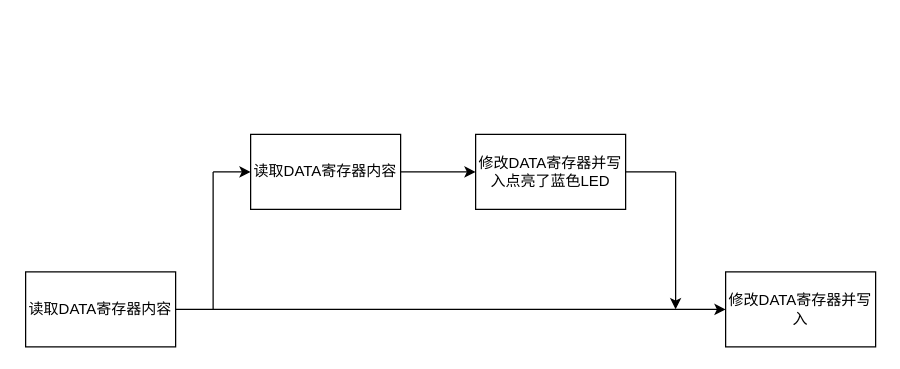
Earlier version of the draw.io diagram 未命名绘图.drawio (hunxiansheng/draw.io). Source tidied: cells renumbered, new cells numbered last; positions are measured from the earlier drawing's top-left corner, leaving out a move shared by most shapes. Both pictures are drawn from the tidied source at 125%, with x=0, y=0 at pixel (25, 134).
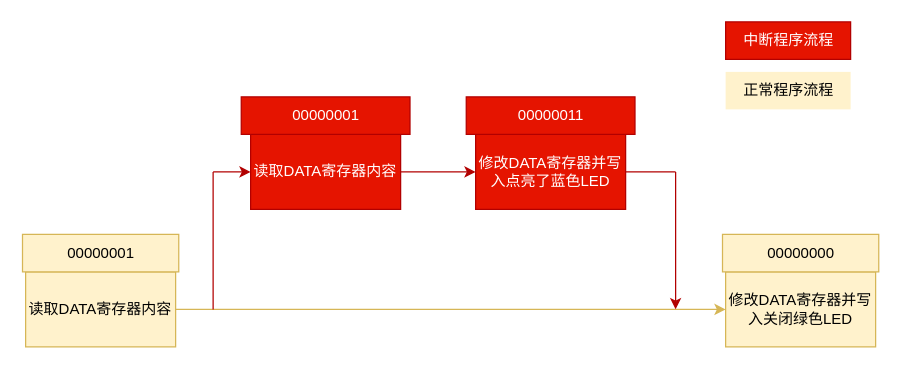
The same diagram, later.

Commit message:
更新未命名绘图.drawio

The edit, as a diff of the source:
```diff
@@
-    <mxCell id="2" value="读取DATA寄存器内容" style="rounded=0;whiteSpace=wrap;html=1;" parent="1" vertex="1">
+    <mxCell id="2" value="读取DATA寄存器内容" style="rounded=0;whiteSpace=wrap;html=1;fillColor=#fff2cc;strokeColor=#d6b656;" parent="1" vertex="1">
       <mxGeometry y="110" width="120" height="60" as="geometry" />
     </mxCell>
-    <mxCell id="3" value="修改DATA寄存器并写入" style="rounded=0;whiteSpace=wrap;html=1;" parent="1" vertex="1">
+    <mxCell id="3" value="修改DATA寄存器并写入关闭绿色LED" style="rounded=0;whiteSpace=wrap;html=1;fillColor=#fff2cc;strokeColor=#d6b656;" parent="1" vertex="1">
       <mxGeometry x="560" y="110" width="120" height="60" as="geometry" />
     </mxCell>
-    <mxCell id="4" value="读取DATA寄存器内容" style="rounded=0;whiteSpace=wrap;html=1;" parent="1" vertex="1">
+    <mxCell id="4" value="读取DATA寄存器内容" style="rounded=0;whiteSpace=wrap;html=1;fillColor=#e51400;strokeColor=#B20000;fontColor=#ffffff;" parent="1" vertex="1">
       <mxGeometry x="180" width="120" height="60" as="geometry" />
     </mxCell>
-    <mxCell id="5" style="endArrow=classic;html=1;rounded=0;exitX=1;exitY=0.5;exitDx=0;exitDy=0;entryX=0;entryY=0.5;entryDx=0;entryDy=0;" parent="1" edge="1" source="2" target="3">
+    <mxCell id="5" style="endArrow=classic;html=1;rounded=0;exitX=1;exitY=0.5;exitDx=0;exitDy=0;entryX=0;entryY=0.5;entryDx=0;entryDy=0;fillColor=#fff2cc;strokeColor=#d6b656;" parent="1" edge="1" source="2" target="3">
       <mxGeometry relative="1" as="geometry" />
     </mxCell>
-    <mxCell id="6" style="endArrow=classic;html=1;rounded=0;entryX=0;entryY=0.5;entryDx=0;entryDy=0;" parent="1" edge="1" target="4">
+    <mxCell id="6" style="endArrow=classic;html=1;rounded=0;entryX=0;entryY=0.5;entryDx=0;entryDy=0;fillColor=#e51400;strokeColor=#B20000;" parent="1" edge="1" target="4">
       <mxGeometry relative="1" as="geometry">
         <mxPoint x="150" y="30" as="sourcePoint" />
       </mxGeometry>
     </mxCell>
-    <mxCell id="7" style="endArrow=none;html=1;rounded=0;" parent="1" edge="1">
+    <mxCell id="7" style="endArrow=none;html=1;rounded=0;fillColor=#e51400;strokeColor=#B20000;" parent="1" edge="1">
       <mxGeometry relative="1" as="geometry">
         <mxPoint x="150" y="140" as="sourcePoint" />
         <mxPoint x="150" y="30" as="targetPoint" />
       </mxGeometry>
     </mxCell>
-    <mxCell id="8" value="修改DATA寄存器并写入点亮了蓝色LED" style="rounded=0;whiteSpace=wrap;html=1;" parent="1" vertex="1">
+    <mxCell id="8" value="修改DATA寄存器并写入点亮了蓝色LED" style="rounded=0;whiteSpace=wrap;html=1;fillColor=#e51400;strokeColor=#B20000;fontColor=#ffffff;" parent="1" vertex="1">
       <mxGeometry x="360" width="120" height="60" as="geometry" />
     </mxCell>
-    <mxCell id="9" style="endArrow=classic;html=1;rounded=0;exitX=1;exitY=0.5;exitDx=0;exitDy=0;entryX=0;entryY=0.5;entryDx=0;entryDy=0;" parent="1" edge="1" target="8">
+    <mxCell id="9" style="endArrow=classic;html=1;rounded=0;exitX=1;exitY=0.5;exitDx=0;exitDy=0;entryX=0;entryY=0.5;entryDx=0;entryDy=0;fillColor=#e51400;strokeColor=#B20000;" parent="1" edge="1" target="8">
       <mxGeometry relative="1" as="geometry">
         <mxPoint x="300" y="30" as="sourcePoint" />
       </mxGeometry>
     </mxCell>
-    <mxCell id="10" style="endArrow=none;html=1;rounded=0;" parent="1" edge="1">
+    <mxCell id="10" style="endArrow=none;html=1;rounded=0;fillColor=#e51400;strokeColor=#B20000;" parent="1" edge="1">
       <mxGeometry relative="1" as="geometry">
         <mxPoint x="480" y="30" as="sourcePoint" />
         <mxPoint x="520" y="30" as="targetPoint" />
       </mxGeometry>
     </mxCell>
-    <mxCell id="11" style="endArrow=classic;html=1;rounded=0;" parent="1" edge="1">
+    <mxCell id="11" style="endArrow=classic;html=1;rounded=0;fillColor=#e51400;strokeColor=#B20000;" parent="1" edge="1">
       <mxGeometry relative="1" as="geometry">
         <mxPoint x="520" y="30" as="sourcePoint" />
         <mxPoint x="520" y="140" as="targetPoint" />
       </mxGeometry>
     </mxCell>
+    <mxCell id="12" value="00000001" style="text;html=1;align=center;verticalAlign=middle;whiteSpace=wrap;rounded=0;fillColor=#fff2cc;strokeColor=#d6b656;" parent="1" vertex="1">
+      <mxGeometry x="-2.5" y="80" width="125" height="30" as="geometry" />
+    </mxCell>
+    <mxCell id="13" value="00000001" style="text;html=1;align=center;verticalAlign=middle;whiteSpace=wrap;rounded=0;fillColor=#e51400;strokeColor=#B20000;fontColor=#ffffff;" parent="1" vertex="1">
+      <mxGeometry x="172.5" y="-30" width="135" height="30" as="geometry" />
+    </mxCell>
+    <mxCell id="14" value="00000011" style="text;html=1;align=center;verticalAlign=middle;whiteSpace=wrap;rounded=0;fillColor=#e51400;strokeColor=#B20000;fontColor=#ffffff;" parent="1" vertex="1">
+      <mxGeometry x="352.5" y="-30" width="135" height="30" as="geometry" />
+    </mxCell>
+    <mxCell id="15" value="00000000" style="text;html=1;align=center;verticalAlign=middle;whiteSpace=wrap;rounded=0;fillColor=#fff2cc;strokeColor=#d6b656;" parent="1" vertex="1">
+      <mxGeometry x="557.5" y="80" width="125" height="30" as="geometry" />
+    </mxCell>
+    <mxCell id="16" value="正常程序流程" style="text;html=1;align=center;verticalAlign=middle;strokeColor=none;fillColor=#fff2cc;" parent="1" vertex="1">
+      <mxGeometry x="560" y="-50" width="100" height="30" as="geometry" />
+    </mxCell>
+    <mxCell id="17" value="中断程序流程" style="text;html=1;align=center;verticalAlign=middle;strokeColor=#B20000;fillColor=#e51400;fontColor=#ffffff;" parent="1" vertex="1">
+      <mxGeometry x="560" y="-90" width="100" height="30" as="geometry" />
+    </mxCell>
```
